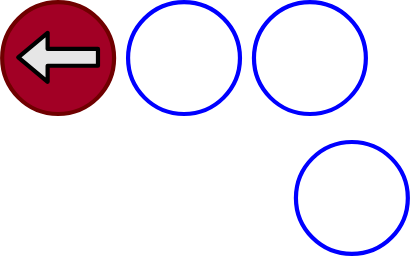
yamasdais/notebook keeps this draw.io diagram as StreetFighter6/images/m_4__.svg. Above is the earlier version. Source tidied: cells renumbered, new cells last; positions are measured from the earlier drawing's top-left corner, leaving out a move shared by most shapes. Source of this version:
```xml
<mxGraphModel>
  <root>
    <mxCell id="0" />
    <mxCell id="1" parent="0" />
    <mxCell id="2" style="group;" parent="1" vertex="1">
      <mxGeometry width="80" height="80" as="geometry" />
    </mxCell>
    <mxCell id="3" style="ellipse;whiteSpace=wrap;html=1;strokeWidth=3;fillColor=#a20025;fontColor=#ffffff;strokeColor=#6F0000;" parent="2" vertex="1">
      <mxGeometry width="80" height="80" as="geometry" />
    </mxCell>
    <mxCell id="4" style="shape=flexArrow;endArrow=classic;html=1;strokeWidth=3;strokeColor=default;fillColor=#E6E6E6;" parent="2" edge="1">
      <mxGeometry relative="1" as="geometry">
        <mxPoint x="70" y="39.5" as="sourcePoint" />
        <mxPoint x="10" y="39.5" as="targetPoint" />
      </mxGeometry>
    </mxCell>
    <mxCell id="5" style="group;rotation=-180;" parent="1" vertex="1">
      <mxGeometry x="180" width="80" height="80" as="geometry" />
    </mxCell>
    <mxCell id="6" style="ellipse;whiteSpace=wrap;html=1;strokeWidth=3;fillColor=none;strokeColor=#0000FF;" parent="5" vertex="1">
      <mxGeometry width="80" height="80" as="geometry" />
    </mxCell>
    <mxCell id="7" style="group;rotation=-90;" parent="1" vertex="1">
      <mxGeometry x="90" width="80" height="80" as="geometry" />
    </mxCell>
    <mxCell id="8" style="ellipse;whiteSpace=wrap;html=1;strokeWidth=3;fillColor=none;strokeColor=#0000FF;" parent="7" vertex="1">
      <mxGeometry width="80" height="80" as="geometry" />
    </mxCell>
    <mxCell id="9" style="group;rotation=-180;" parent="1" vertex="1">
      <mxGeometry x="210" y="100" width="80" height="80" as="geometry" />
    </mxCell>
    <mxCell id="10" style="ellipse;whiteSpace=wrap;html=1;strokeWidth=3;fillColor=none;strokeColor=#0000FF;" parent="9" vertex="1">
      <mxGeometry width="80" height="80" as="geometry" />
    </mxCell>
  </root>
</mxGraphModel>
```
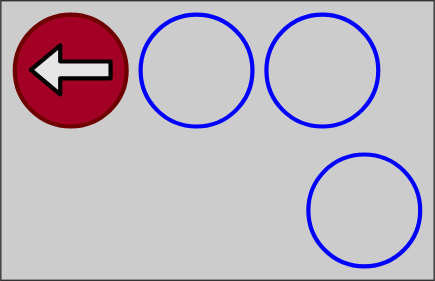
The same file after the commit.

What changed in the source:
```diff
@@ -2,6 +2,9 @@
   <root>
     <mxCell id="0" />
     <mxCell id="1" parent="0" />
+    <mxCell id="11" style="rounded=0;whiteSpace=wrap;html=1;fillColor=#CCCCCC;strokeColor=#333333;" parent="1" vertex="1">
+      <mxGeometry x="-10" y="-10" width="310" height="200" as="geometry" />
+    </mxCell>
     <mxCell id="2" style="group;" parent="1" vertex="1">
       <mxGeometry width="80" height="80" as="geometry" />
     </mxCell>
```
